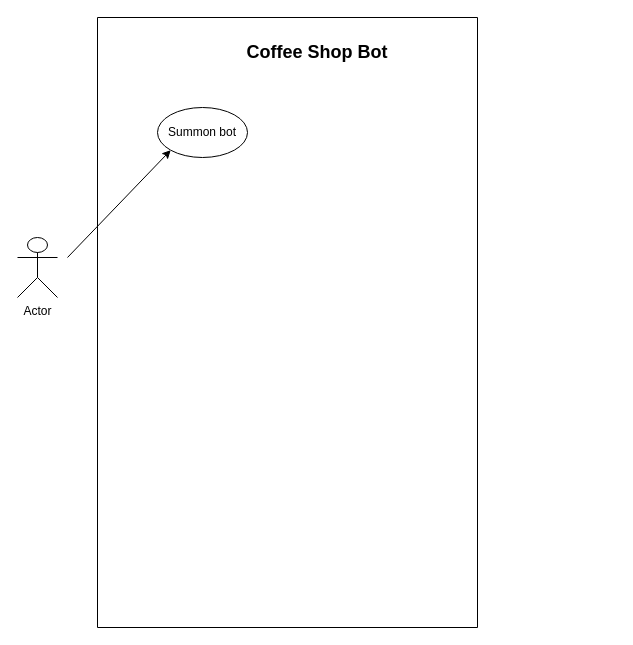
Earlier version of the draw.io diagram Coffe Shop.drawio (vnmrnd24/CoffeShop). Source tidied: cells renumbered, new cells numbered last; positions are measured from the earlier drawing's top-left corner, leaving out a move shared by most shapes. Both pictures are drawn from the tidied source at 100%, with x=0, y=0 at pixel (17, 17). Pictures stored in the file or linked from it are replaced by grey dashed boxes.
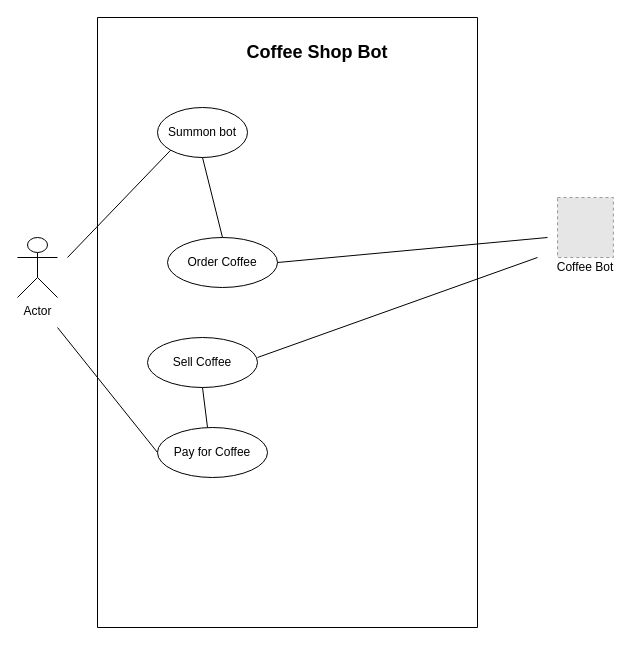
Above is the later version.

Unchanged cells that the change refers to:
```xml
<mxCell id="2" style="swimlane;startSize=0;" parent="1" vertex="1">
  <mxGeometry x="80" width="380" height="610" as="geometry" />
</mxCell>
<mxCell id="4" value="Summon bot" style="ellipse;whiteSpace=wrap;html=1;" parent="2" vertex="1">
  <mxGeometry x="60" y="90" width="90" height="50" as="geometry" />
</mxCell>
```

The edit, as a diff of the source:
```diff
@@
+    <mxCell id="7" value="Order Coffee" style="ellipse;whiteSpace=wrap;html=1;" parent="2" vertex="1">
+      <mxGeometry x="70" y="220" width="110" height="50" as="geometry" />
+    </mxCell>
+    <mxCell id="8" value="Sell Coffee" style="ellipse;whiteSpace=wrap;html=1;" parent="2" vertex="1">
+      <mxGeometry x="50" y="320" width="110" height="50" as="geometry" />
+    </mxCell>
+    <mxCell id="9" value="Pay for Coffee" style="ellipse;whiteSpace=wrap;html=1;" parent="2" vertex="1">
+      <mxGeometry x="60" y="410" width="110" height="50" as="geometry" />
+    </mxCell>
+    <mxCell id="10" style="endArrow=none;html=1;rounded=0;entryX=0.5;entryY=1;entryDx=0;entryDy=0;exitX=0.5;exitY=0;exitDx=0;exitDy=0;" parent="2" edge="1" source="7" target="4">
+      <mxGeometry relative="1" as="geometry" />
+    </mxCell>
+    <mxCell id="11" style="endArrow=none;html=1;rounded=0;exitX=1;exitY=0.5;exitDx=0;exitDy=0;" parent="2" edge="1" source="7">
+      <mxGeometry relative="1" as="geometry">
+        <mxPoint x="450" y="220" as="targetPoint" />
+      </mxGeometry>
+    </mxCell>
+    <mxCell id="12" style="endArrow=none;html=1;rounded=0;entryX=0.5;entryY=1;entryDx=0;entryDy=0;" parent="2" edge="1" target="8">
+      <mxGeometry relative="1" as="geometry">
+        <mxPoint x="110" y="410" as="sourcePoint" />
+      </mxGeometry>
+    </mxCell>
+    <mxCell id="13" style="endArrow=none;html=1;rounded=0;entryX=0;entryY=0.5;entryDx=0;entryDy=0;" parent="2" edge="1" target="9">
+      <mxGeometry relative="1" as="geometry">
+        <mxPoint x="-40" y="310" as="sourcePoint" />
+      </mxGeometry>
+    </mxCell>
@@
-    <mxCell id="6" style="endArrow=classic;html=1;rounded=0;entryX=0;entryY=1;entryDx=0;entryDy=0;" parent="1" edge="1" target="4">
-      <mxGeometry relative="1" as="geometry">
-        <mxPoint x="50" y="240" as="sourcePoint" />
-      </mxGeometry>
-    </mxCell>
+    <mxCell id="14" style="endArrow=none;html=1;rounded=0;entryX=0;entryY=1;entryDx=0;entryDy=0;" parent="1" edge="1" target="4">
+      <mxGeometry relative="1" as="geometry">
+        <mxPoint x="50" y="240" as="sourcePoint" />
+      </mxGeometry>
+    </mxCell>
+    <mxCell id="15" style="fillColor=#E6E6E6;strokeColor=#999999;dashed=1;verticalLabelPosition=bottom;verticalAlign=top;" parent="1" vertex="1">
+      <mxGeometry x="540" y="180" width="55.9" height="60" as="geometry" />
+    </mxCell>
+    <mxCell id="16" value="Coffee Bot" style="text;html=1;strokeColor=none;fillColor=none;align=center;verticalAlign=middle;whiteSpace=wrap;rounded=0;" parent="1" vertex="1">
+      <mxGeometry x="537.9" y="235" width="60" height="30" as="geometry" />
+    </mxCell>
+    <mxCell id="17" style="endArrow=none;html=1;rounded=0;" parent="1" edge="1">
+      <mxGeometry relative="1" as="geometry">
+        <mxPoint x="240" y="340" as="sourcePoint" />
+        <mxPoint x="520" y="240" as="targetPoint" />
+      </mxGeometry>
+    </mxCell>
```
